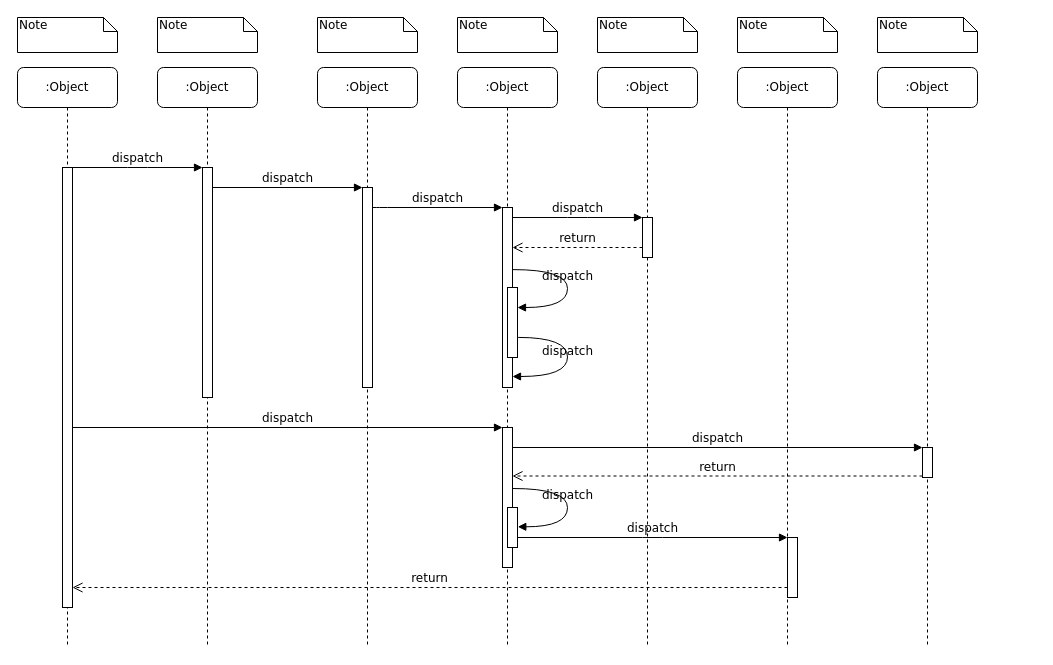
Earlier version of the draw.io diagram diagrams/Untitled Diagram.drawio (justbeatdruid/diagrams). Source tidied: cells renumbered, new cells numbered last; positions are measured from the earlier drawing's top-left corner, leaving out a move shared by most shapes. Both pictures are drawn from the tidied source at 100%, with x=0, y=0 at pixel (17, 17).
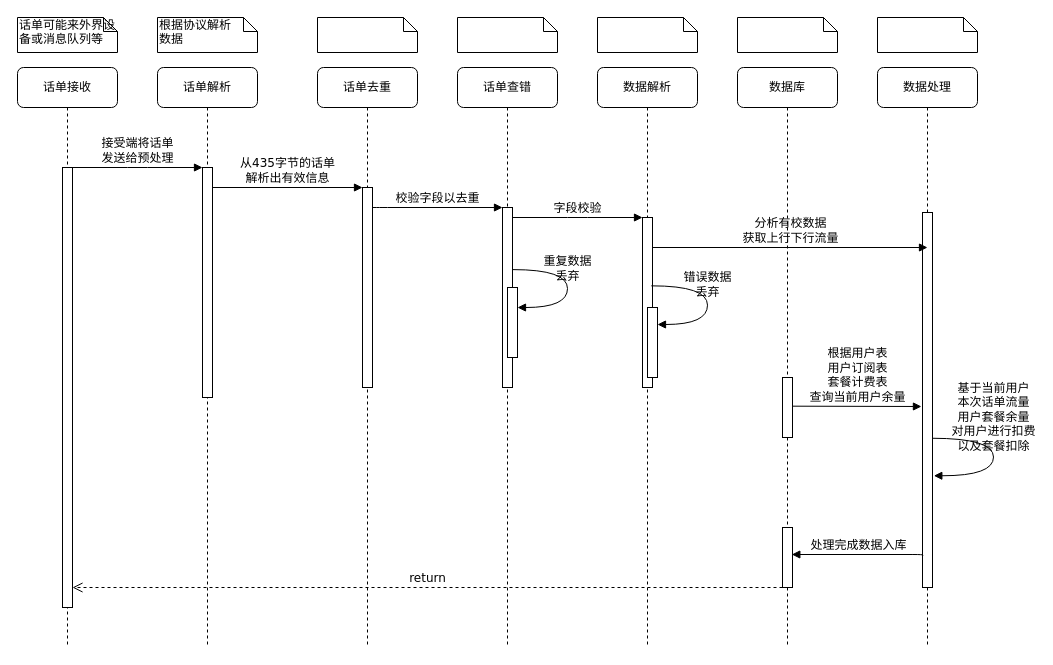
The same page after the edit.

The change refers to these unchanged cells:
```xml
<mxCell id="3" style="html=1;points=[];perimeter=orthogonalPerimeter;rounded=0;shadow=0;comic=0;labelBackgroundColor=none;strokeWidth=1;fontFamily=Verdana;fontSize=12;align=center;" parent="2" vertex="1">
  <mxGeometry x="45" y="100" width="10" height="230" as="geometry" />
</mxCell>
<mxCell id="5" style="html=1;points=[];perimeter=orthogonalPerimeter;rounded=0;shadow=0;comic=0;labelBackgroundColor=none;strokeWidth=1;fontFamily=Verdana;fontSize=12;align=center;" parent="4" vertex="1">
  <mxGeometry x="45" y="120" width="10" height="200" as="geometry" />
</mxCell>
<mxCell id="11" style="html=1;points=[];perimeter=orthogonalPerimeter;rounded=0;shadow=0;comic=0;labelBackgroundColor=none;strokeWidth=1;fontFamily=Verdana;fontSize=12;align=center;" parent="10" vertex="1">
  <mxGeometry x="45" y="100" width="10" height="440" as="geometry" />
</mxCell>
<mxCell id="12" style="html=1;points=[];perimeter=orthogonalPerimeter;rounded=0;shadow=0;comic=0;labelBackgroundColor=none;strokeWidth=1;fontFamily=Verdana;fontSize=12;align=center;" parent="1" vertex="1">
  <mxGeometry x="485" y="190" width="10" height="180" as="geometry" />
</mxCell>
<mxCell id="27" style="html=1;points=[];perimeter=orthogonalPerimeter;rounded=0;shadow=0;comic=0;labelBackgroundColor=none;strokeWidth=1;fontFamily=Verdana;fontSize=12;align=center;" parent="1" vertex="1">
  <mxGeometry x="490" y="270" width="10" height="70" as="geometry" />
</mxCell>
```

The edit, as a diff of the source:
```diff
@@
-    <mxCell id="2" value=":Object" style="shape=umlLifeline;perimeter=lifelinePerimeter;whiteSpace=wrap;html=1;rounded=1;shadow=0;comic=0;labelBackgroundColor=none;strokeWidth=1;fontFamily=Verdana;fontSize=12;align=center;" parent="1" vertex="1">
+    <mxCell id="2" value="话单解析" style="shape=umlLifeline;perimeter=lifelinePerimeter;whiteSpace=wrap;html=1;rounded=1;shadow=0;comic=0;labelBackgroundColor=none;strokeWidth=1;fontFamily=Verdana;fontSize=12;align=center;" parent="1" vertex="1">
       <mxGeometry x="140" y="50" width="100" height="580" as="geometry" />
     </mxCell>
@@
-    <mxCell id="4" value=":Object" style="shape=umlLifeline;perimeter=lifelinePerimeter;whiteSpace=wrap;html=1;rounded=1;shadow=0;comic=0;labelBackgroundColor=none;strokeWidth=1;fontFamily=Verdana;fontSize=12;align=center;" parent="1" vertex="1">
+    <mxCell id="4" value="话单去重" style="shape=umlLifeline;perimeter=lifelinePerimeter;whiteSpace=wrap;html=1;rounded=1;shadow=0;comic=0;labelBackgroundColor=none;strokeWidth=1;fontFamily=Verdana;fontSize=12;align=center;" parent="1" vertex="1">
       <mxGeometry x="300" y="50" width="100" height="580" as="geometry" />
     </mxCell>
@@
-    <mxCell id="6" value=":Object" style="shape=umlLifeline;perimeter=lifelinePerimeter;whiteSpace=wrap;html=1;rounded=1;shadow=0;comic=0;labelBackgroundColor=none;strokeWidth=1;fontFamily=Verdana;fontSize=12;align=center;" parent="1" vertex="1">
+    <mxCell id="6" value="话单查错" style="shape=umlLifeline;perimeter=lifelinePerimeter;whiteSpace=wrap;html=1;rounded=1;shadow=0;comic=0;labelBackgroundColor=none;strokeWidth=1;fontFamily=Verdana;fontSize=12;align=center;" parent="1" vertex="1">
       <mxGeometry x="440" y="50" width="100" height="580" as="geometry" />
     </mxCell>
-    <mxCell id="7" value=":Object" style="shape=umlLifeline;perimeter=lifelinePerimeter;whiteSpace=wrap;html=1;rounded=1;shadow=0;comic=0;labelBackgroundColor=none;strokeWidth=1;fontFamily=Verdana;fontSize=12;align=center;" parent="1" vertex="1">
+    <mxCell id="7" value="数据解析" style="shape=umlLifeline;perimeter=lifelinePerimeter;whiteSpace=wrap;html=1;rounded=1;shadow=0;comic=0;labelBackgroundColor=none;strokeWidth=1;fontFamily=Verdana;fontSize=12;align=center;" parent="1" vertex="1">
       <mxGeometry x="580" y="50" width="100" height="580" as="geometry" />
     </mxCell>
-    <mxCell id="8" value=":Object" style="shape=umlLifeline;perimeter=lifelinePerimeter;whiteSpace=wrap;html=1;rounded=1;shadow=0;comic=0;labelBackgroundColor=none;strokeWidth=1;fontFamily=Verdana;fontSize=12;align=center;" parent="1" vertex="1">
+    <mxCell id="8" value="数据库" style="shape=umlLifeline;perimeter=lifelinePerimeter;whiteSpace=wrap;html=1;rounded=1;shadow=0;comic=0;labelBackgroundColor=none;strokeWidth=1;fontFamily=Verdana;fontSize=12;align=center;" parent="1" vertex="1">
       <mxGeometry x="720" y="50" width="100" height="580" as="geometry" />
     </mxCell>
+    <mxCell id="39" style="html=1;points=[];perimeter=orthogonalPerimeter;rounded=0;shadow=0;comic=0;labelBackgroundColor=none;strokeWidth=1;fontFamily=Verdana;fontSize=12;align=center;" parent="8" vertex="1">
+      <mxGeometry x="45" y="310" width="10" height="60" as="geometry" />
+    </mxCell>
+    <mxCell id="22" style="html=1;points=[];perimeter=orthogonalPerimeter;rounded=0;shadow=0;comic=0;labelBackgroundColor=none;strokeWidth=1;fontFamily=Verdana;fontSize=12;align=center;" parent="8" vertex="1">
+      <mxGeometry x="45" y="460" width="10" height="60" as="geometry" />
+    </mxCell>
-    <mxCell id="9" value=":Object" style="shape=umlLifeline;perimeter=lifelinePerimeter;whiteSpace=wrap;html=1;rounded=1;shadow=0;comic=0;labelBackgroundColor=none;strokeWidth=1;fontFamily=Verdana;fontSize=12;align=center;" parent="1" vertex="1">
+    <mxCell id="9" value="数据处理" style="shape=umlLifeline;perimeter=lifelinePerimeter;whiteSpace=wrap;html=1;rounded=1;shadow=0;comic=0;labelBackgroundColor=none;strokeWidth=1;fontFamily=Verdana;fontSize=12;align=center;" parent="1" vertex="1">
       <mxGeometry x="860" y="50" width="100" height="580" as="geometry" />
     </mxCell>
+    <mxCell id="40" style="html=1;points=[];perimeter=orthogonalPerimeter;rounded=0;shadow=0;comic=0;labelBackgroundColor=none;strokeWidth=1;fontFamily=Verdana;fontSize=12;align=center;" parent="9" vertex="1">
+      <mxGeometry x="45" y="145" width="10" height="375" as="geometry" />
+    </mxCell>
+    <mxCell id="41" value="基于当前用户&lt;br&gt;本次话单流量&lt;br&gt;用户套餐余量&lt;br&gt;对用户进行扣费&lt;br&gt;以及套餐扣除" style="html=1;verticalAlign=bottom;endArrow=block;labelBackgroundColor=none;fontFamily=Verdana;fontSize=12;elbow=vertical;edgeStyle=orthogonalEdgeStyle;curved=1;exitX=0.967;exitY=0.602;exitDx=0;exitDy=0;exitPerimeter=0;entryX=1.133;entryY=0.702;entryDx=0;entryDy=0;entryPerimeter=0;" parent="9" edge="1" source="40" target="40">
+      <mxGeometry relative="1" as="geometry">
+        <Array as="points">
+          <mxPoint x="116" y="371" />
+          <mxPoint x="116" y="408" />
+        </Array>
+      </mxGeometry>
+    </mxCell>
-    <mxCell id="10" value=":Object" style="shape=umlLifeline;perimeter=lifelinePerimeter;whiteSpace=wrap;html=1;rounded=1;shadow=0;comic=0;labelBackgroundColor=none;strokeWidth=1;fontFamily=Verdana;fontSize=12;align=center;" parent="1" vertex="1">
+    <mxCell id="10" value="话单接收" style="shape=umlLifeline;perimeter=lifelinePerimeter;whiteSpace=wrap;html=1;rounded=1;shadow=0;comic=0;labelBackgroundColor=none;strokeWidth=1;fontFamily=Verdana;fontSize=12;align=center;" parent="1" vertex="1">
       <mxGeometry y="50" width="100" height="580" as="geometry" />
     </mxCell>
@@
-    <mxCell id="13" value="dispatch" style="html=1;verticalAlign=bottom;endArrow=block;labelBackgroundColor=none;fontFamily=Verdana;fontSize=12;edgeStyle=elbowEdgeStyle;elbow=vertical;" parent="1" edge="1" source="5" target="12">
+    <mxCell id="13" value="校验字段以去重" style="html=1;verticalAlign=bottom;endArrow=block;labelBackgroundColor=none;fontFamily=Verdana;fontSize=12;edgeStyle=elbowEdgeStyle;elbow=vertical;" parent="1" edge="1" source="5" target="12">
       <mxGeometry relative="1" as="geometry">
         <Array as="points">
           <mxPoint x="360" y="190" />
         </Array>
       </mxGeometry>
     </mxCell>
     <mxCell id="14" style="html=1;points=[];perimeter=orthogonalPerimeter;rounded=0;shadow=0;comic=0;labelBackgroundColor=none;strokeWidth=1;fontFamily=Verdana;fontSize=12;align=center;" parent="1" vertex="1">
-      <mxGeometry x="625" y="200" width="10" height="40" as="geometry" />
+      <mxGeometry x="625" y="200" width="10" height="170" as="geometry" />
     </mxCell>
-    <mxCell id="15" value="dispatch" style="html=1;verticalAlign=bottom;endArrow=block;entryX=0;entryY=0;labelBackgroundColor=none;fontFamily=Verdana;fontSize=12;edgeStyle=elbowEdgeStyle;elbow=vertical;" parent="1" edge="1" source="12" target="14">
+    <mxCell id="15" value="字段校验" style="html=1;verticalAlign=bottom;endArrow=block;entryX=0;entryY=0;labelBackgroundColor=none;fontFamily=Verdana;fontSize=12;edgeStyle=elbowEdgeStyle;elbow=vertical;" parent="1" edge="1" source="12" target="14">
       <mxGeometry relative="1" as="geometry" />
     </mxCell>
-    <mxCell id="16" value="return" style="html=1;verticalAlign=bottom;endArrow=open;dashed=1;endSize=8;labelBackgroundColor=none;fontFamily=Verdana;fontSize=12;edgeStyle=elbowEdgeStyle;elbow=vertical;" parent="1" edge="1" source="14" target="12">
-      <mxGeometry relative="1" as="geometry">
-        <Array as="points">
-          <mxPoint x="570" y="230" />
-          <mxPoint x="600" y="230" />
-        </Array>
-      </mxGeometry>
-    </mxCell>
-    <mxCell id="17" style="html=1;points=[];perimeter=orthogonalPerimeter;rounded=0;shadow=0;comic=0;labelBackgroundColor=none;strokeWidth=1;fontFamily=Verdana;fontSize=12;align=center;" parent="1" vertex="1">
-      <mxGeometry x="485" y="410" width="10" height="140" as="geometry" />
-    </mxCell>
-    <mxCell id="18" value="dispatch" style="html=1;verticalAlign=bottom;endArrow=block;entryX=0;entryY=0;labelBackgroundColor=none;fontFamily=Verdana;fontSize=12;" parent="1" edge="1" source="11" target="17">
-      <mxGeometry relative="1" as="geometry" />
-    </mxCell>
-    <mxCell id="19" style="html=1;points=[];perimeter=orthogonalPerimeter;rounded=0;shadow=0;comic=0;labelBackgroundColor=none;strokeColor=#000000;strokeWidth=1;fillColor=#FFFFFF;fontFamily=Verdana;fontSize=12;fontColor=#000000;align=center;" parent="1" vertex="1">
-      <mxGeometry x="905" y="430" width="10" height="30" as="geometry" />
-    </mxCell>
-    <mxCell id="20" value="dispatch" style="html=1;verticalAlign=bottom;endArrow=block;entryX=0;entryY=0;labelBackgroundColor=none;fontFamily=Verdana;fontSize=12;" parent="1" edge="1" source="17" target="19">
-      <mxGeometry relative="1" as="geometry" />
-    </mxCell>
-    <mxCell id="21" value="return" style="html=1;verticalAlign=bottom;endArrow=open;dashed=1;endSize=8;exitX=0;exitY=0.95;labelBackgroundColor=none;fontFamily=Verdana;fontSize=12;" parent="1" edge="1" source="19" target="17">
-      <mxGeometry relative="1" as="geometry" />
-    </mxCell>
-    <mxCell id="22" style="html=1;points=[];perimeter=orthogonalPerimeter;rounded=0;shadow=0;comic=0;labelBackgroundColor=none;strokeWidth=1;fontFamily=Verdana;fontSize=12;align=center;" parent="1" vertex="1">
-      <mxGeometry x="770" y="520" width="10" height="60" as="geometry" />
-    </mxCell>
-    <mxCell id="23" value="dispatch" style="html=1;verticalAlign=bottom;endArrow=block;entryX=0;entryY=0;labelBackgroundColor=none;fontFamily=Verdana;fontSize=12;edgeStyle=elbowEdgeStyle;elbow=vertical;" parent="1" edge="1" source="30" target="22">
-      <mxGeometry relative="1" as="geometry" />
-    </mxCell>
@@
-    <mxCell id="25" value="dispatch" style="html=1;verticalAlign=bottom;endArrow=block;entryX=0;entryY=0;labelBackgroundColor=none;fontFamily=Verdana;fontSize=12;edgeStyle=elbowEdgeStyle;elbow=vertical;" parent="1" edge="1" source="11" target="3">
+    <mxCell id="25" value="接受端将话单&lt;br&gt;发送给预处理" style="html=1;verticalAlign=bottom;endArrow=block;entryX=0;entryY=0;labelBackgroundColor=none;fontFamily=Verdana;fontSize=12;edgeStyle=elbowEdgeStyle;elbow=vertical;" parent="1" edge="1" source="11" target="3">
       <mxGeometry relative="1" as="geometry" />
     </mxCell>
-    <mxCell id="26" value="dispatch" style="html=1;verticalAlign=bottom;endArrow=block;entryX=0;entryY=0;labelBackgroundColor=none;fontFamily=Verdana;fontSize=12;edgeStyle=elbowEdgeStyle;elbow=vertical;" parent="1" edge="1" source="3" target="5">
+    <mxCell id="26" value="从435字节的话单&lt;br&gt;解析出有效信息" style="html=1;verticalAlign=bottom;endArrow=block;entryX=0;entryY=0;labelBackgroundColor=none;fontFamily=Verdana;fontSize=12;edgeStyle=elbowEdgeStyle;elbow=vertical;" parent="1" edge="1" source="3" target="5">
       <mxGeometry relative="1" as="geometry" />
     </mxCell>
@@
-    <mxCell id="28" value="dispatch" style="html=1;verticalAlign=bottom;endArrow=block;labelBackgroundColor=none;fontFamily=Verdana;fontSize=12;elbow=vertical;edgeStyle=orthogonalEdgeStyle;curved=1;entryX=1;entryY=0.286;entryPerimeter=0;exitX=1.038;exitY=0.345;exitPerimeter=0;" parent="1" edge="1" source="12" target="27">
+    <mxCell id="28" value="重复数据&lt;br&gt;丢弃" style="html=1;verticalAlign=bottom;endArrow=block;labelBackgroundColor=none;fontFamily=Verdana;fontSize=12;elbow=vertical;edgeStyle=orthogonalEdgeStyle;curved=1;entryX=1;entryY=0.286;entryPerimeter=0;exitX=1.038;exitY=0.345;exitPerimeter=0;" parent="1" edge="1" source="12" target="27">
       <mxGeometry relative="1" as="geometry">
         <Array as="points">
           <mxPoint x="550" y="252" />
           <mxPoint x="550" y="290" />
         </Array>
       </mxGeometry>
     </mxCell>
-    <mxCell id="29" value="dispatch" style="html=1;verticalAlign=bottom;endArrow=block;labelBackgroundColor=none;fontFamily=Verdana;fontSize=12;elbow=vertical;edgeStyle=orthogonalEdgeStyle;curved=1;exitX=1.066;exitY=0.713;exitPerimeter=0;" parent="1" edge="1" source="27">
+    <mxCell id="29" value="错误数据&lt;br&gt;丢弃" style="html=1;verticalAlign=bottom;endArrow=block;labelBackgroundColor=none;fontFamily=Verdana;fontSize=12;elbow=vertical;edgeStyle=orthogonalEdgeStyle;curved=1;exitX=0.88;exitY=0.402;exitDx=0;exitDy=0;exitPerimeter=0;" parent="1" edge="1" source="14">
       <mxGeometry relative="1" as="geometry">
-        <mxPoint x="495" y="359" as="targetPoint" />
+        <mxPoint x="640" y="307" as="targetPoint" />
         <Array as="points">
-          <mxPoint x="550" y="320" />
-          <mxPoint x="550" y="359" />
+          <mxPoint x="690" y="268" />
+          <mxPoint x="690" y="307" />
         </Array>
       </mxGeometry>
     </mxCell>
-    <mxCell id="30" style="html=1;points=[];perimeter=orthogonalPerimeter;rounded=0;shadow=0;comic=0;labelBackgroundColor=none;strokeWidth=1;fontFamily=Verdana;fontSize=12;align=center;" parent="1" vertex="1">
-      <mxGeometry x="490" y="490" width="10" height="40" as="geometry" />
-    </mxCell>
-    <mxCell id="31" value="dispatch" style="html=1;verticalAlign=bottom;endArrow=block;labelBackgroundColor=none;fontFamily=Verdana;fontSize=12;elbow=vertical;edgeStyle=orthogonalEdgeStyle;curved=1;entryX=1;entryY=0.286;entryPerimeter=0;exitX=1.038;exitY=0.345;exitPerimeter=0;" parent="1" edge="1">
-      <mxGeometry relative="1" as="geometry">
-        <mxPoint x="495.3" y="471" as="sourcePoint" />
-        <mxPoint x="500.3" y="509.3" as="targetPoint" />
-        <Array as="points">
-          <mxPoint x="550" y="471" />
-          <mxPoint x="550" y="509" />
-        </Array>
-      </mxGeometry>
-    </mxCell>
-    <mxCell id="32" value="Note" style="shape=note;whiteSpace=wrap;html=1;size=14;verticalAlign=top;align=left;spacingTop=-6;rounded=0;shadow=0;comic=0;labelBackgroundColor=none;strokeWidth=1;fontFamily=Verdana;fontSize=12;" parent="1" vertex="1">
+    <mxCell id="32" value="话单可能来外界设备或消息队列等" style="shape=note;whiteSpace=wrap;html=1;size=14;verticalAlign=top;align=left;spacingTop=-6;rounded=0;shadow=0;comic=0;labelBackgroundColor=none;strokeWidth=1;fontFamily=Verdana;fontSize=12;" parent="1" vertex="1">
       <mxGeometry width="100" height="35" as="geometry" />
     </mxCell>
-    <mxCell id="33" value="Note" style="shape=note;whiteSpace=wrap;html=1;size=14;verticalAlign=top;align=left;spacingTop=-6;rounded=0;shadow=0;comic=0;labelBackgroundColor=none;strokeWidth=1;fontFamily=Verdana;fontSize=12;" parent="1" vertex="1">
+    <mxCell id="33" value="根据协议解析&lt;br&gt;数据" style="shape=note;whiteSpace=wrap;html=1;size=14;verticalAlign=top;align=left;spacingTop=-6;rounded=0;shadow=0;comic=0;labelBackgroundColor=none;strokeWidth=1;fontFamily=Verdana;fontSize=12;" parent="1" vertex="1">
       <mxGeometry x="140" width="100" height="35" as="geometry" />
     </mxCell>
-    <mxCell id="34" value="Note" style="shape=note;whiteSpace=wrap;html=1;size=14;verticalAlign=top;align=left;spacingTop=-6;rounded=0;shadow=0;comic=0;labelBackgroundColor=none;strokeWidth=1;fontFamily=Verdana;fontSize=12;" parent="1" vertex="1">
+    <mxCell id="34" style="shape=note;whiteSpace=wrap;html=1;size=14;verticalAlign=top;align=left;spacingTop=-6;rounded=0;shadow=0;comic=0;labelBackgroundColor=none;strokeWidth=1;fontFamily=Verdana;fontSize=12;" parent="1" vertex="1">
       <mxGeometry x="300" width="100" height="35" as="geometry" />
     </mxCell>
-    <mxCell id="35" value="Note" style="shape=note;whiteSpace=wrap;html=1;size=14;verticalAlign=top;align=left;spacingTop=-6;rounded=0;shadow=0;comic=0;labelBackgroundColor=none;strokeWidth=1;fontFamily=Verdana;fontSize=12;" parent="1" vertex="1">
+    <mxCell id="35" style="shape=note;whiteSpace=wrap;html=1;size=14;verticalAlign=top;align=left;spacingTop=-6;rounded=0;shadow=0;comic=0;labelBackgroundColor=none;strokeWidth=1;fontFamily=Verdana;fontSize=12;" parent="1" vertex="1">
       <mxGeometry x="440" width="100" height="35" as="geometry" />
     </mxCell>
-    <mxCell id="36" value="Note" style="shape=note;whiteSpace=wrap;html=1;size=14;verticalAlign=top;align=left;spacingTop=-6;rounded=0;shadow=0;comic=0;labelBackgroundColor=none;strokeWidth=1;fontFamily=Verdana;fontSize=12;" parent="1" vertex="1">
+    <mxCell id="36" style="shape=note;whiteSpace=wrap;html=1;size=14;verticalAlign=top;align=left;spacingTop=-6;rounded=0;shadow=0;comic=0;labelBackgroundColor=none;strokeWidth=1;fontFamily=Verdana;fontSize=12;" parent="1" vertex="1">
       <mxGeometry x="580" width="100" height="35" as="geometry" />
     </mxCell>
-    <mxCell id="37" value="Note" style="shape=note;whiteSpace=wrap;html=1;size=14;verticalAlign=top;align=left;spacingTop=-6;rounded=0;shadow=0;comic=0;labelBackgroundColor=none;strokeWidth=1;fontFamily=Verdana;fontSize=12;" parent="1" vertex="1">
+    <mxCell id="37" style="shape=note;whiteSpace=wrap;html=1;size=14;verticalAlign=top;align=left;spacingTop=-6;rounded=0;shadow=0;comic=0;labelBackgroundColor=none;strokeWidth=1;fontFamily=Verdana;fontSize=12;" parent="1" vertex="1">
       <mxGeometry x="720" width="100" height="35" as="geometry" />
     </mxCell>
-    <mxCell id="38" value="Note" style="shape=note;whiteSpace=wrap;html=1;size=14;verticalAlign=top;align=left;spacingTop=-6;rounded=0;shadow=0;comic=0;labelBackgroundColor=none;strokeWidth=1;fontFamily=Verdana;fontSize=12;" parent="1" vertex="1">
+    <mxCell id="38" style="shape=note;whiteSpace=wrap;html=1;size=14;verticalAlign=top;align=left;spacingTop=-6;rounded=0;shadow=0;comic=0;labelBackgroundColor=none;strokeWidth=1;fontFamily=Verdana;fontSize=12;" parent="1" vertex="1">
       <mxGeometry x="860" width="100" height="35" as="geometry" />
     </mxCell>
+    <mxCell id="42" style="html=1;perimeter=orthogonalPerimeter;rounded=0;shadow=0;comic=0;labelBackgroundColor=none;strokeWidth=1;fontFamily=Verdana;fontSize=12;align=center;" parent="1" vertex="1">
+      <mxGeometry x="630" y="290" width="10" height="70" as="geometry" />
+    </mxCell>
+    <mxCell id="43" value="分析有校数据&lt;br&gt;获取上行下行流量&lt;br&gt;" style="html=1;verticalAlign=bottom;endArrow=block;labelBackgroundColor=none;fontFamily=Verdana;fontSize=12;edgeStyle=elbowEdgeStyle;elbow=vertical;entryX=0.5;entryY=0.093;entryDx=0;entryDy=0;entryPerimeter=0;" parent="1" edge="1" target="40">
+      <mxGeometry relative="1" as="geometry">
+        <mxPoint x="635" y="230" as="sourcePoint" />
+      </mxGeometry>
+    </mxCell>
+    <mxCell id="44" value="根据用户表&lt;br&gt;用户订阅表&lt;br&gt;套餐计费表&lt;br&gt;查询当前用户余量" style="html=1;verticalAlign=bottom;endArrow=block;entryX=-0.105;entryY=0.516;labelBackgroundColor=none;fontFamily=Verdana;fontSize=12;edgeStyle=elbowEdgeStyle;elbow=vertical;exitX=1.038;exitY=0.478;exitDx=0;exitDy=0;exitPerimeter=0;entryDx=0;entryDy=0;entryPerimeter=0;" parent="1" edge="1" source="39" target="40">
+      <mxGeometry relative="1" as="geometry" />
+    </mxCell>
+    <mxCell id="45" value="处理完成数据入库" style="html=1;verticalAlign=bottom;endArrow=block;labelBackgroundColor=none;fontFamily=Verdana;fontSize=12;edgeStyle=elbowEdgeStyle;elbow=vertical;entryX=0.933;entryY=0.439;entryDx=0;entryDy=0;entryPerimeter=0;exitX=0.04;exitY=0.915;exitDx=0;exitDy=0;exitPerimeter=0;" parent="1" edge="1" source="40" target="22">
+      <mxGeometry relative="1" as="geometry" />
+    </mxCell>
```
